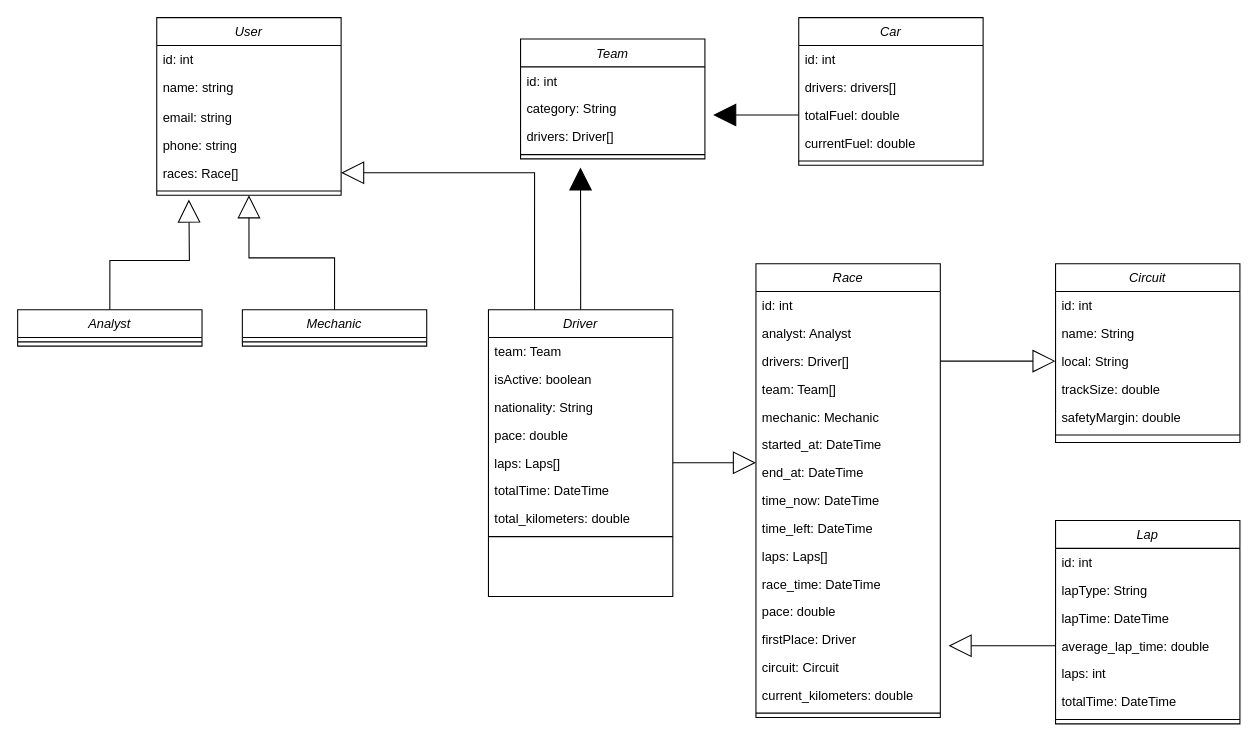
Above: Diagrama-classes-race-engineering.drawio in joeyclapton/puc (draw.io), before the change. Source tidied: cells renumbered, new cells numbered last; positions are measured from the earlier drawing's top-left corner, leaving out a move shared by most shapes. Both pictures are drawn from the tidied source at 107%, with x=0, y=0 at pixel (17, 17).
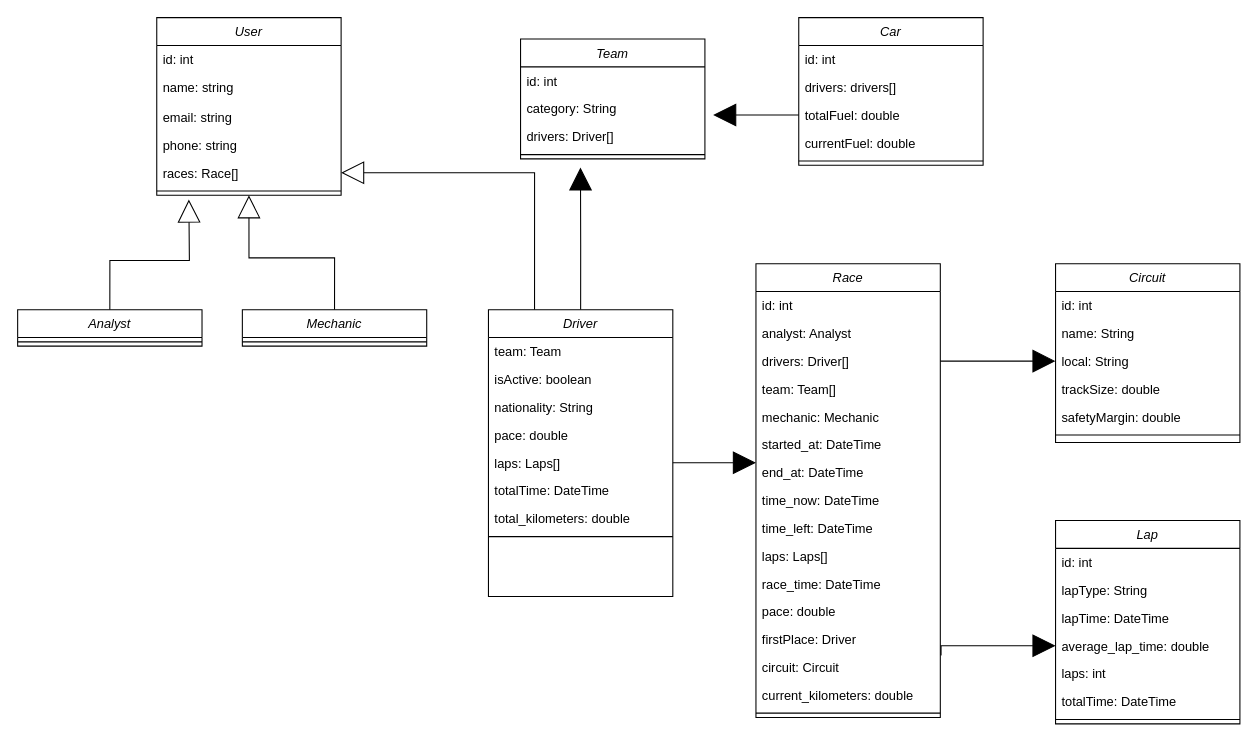
After the change.

The change refers to these unchanged cells:
```xml
<mxCell id="19" value="laps: Laps[]" style="text;align=left;verticalAlign=top;spacingLeft=4;spacingRight=4;overflow=hidden;points=[[0,0.5],[1,0.5]];portConstraint=eastwest;rounded=0;shadow=0;html=0;" parent="14" vertex="1">
  <mxGeometry y="130" width="172.3" height="26" as="geometry" />
</mxCell>
<mxCell id="26" value="drivers: Driver[]&#10;&#10;" style="text;align=left;verticalAlign=top;spacingLeft=4;spacingRight=4;overflow=hidden;points=[[0,0.5],[1,0.5]];portConstraint=eastwest;rounded=0;shadow=0;html=0;" parent="23" vertex="1">
  <mxGeometry y="78" width="172.3" height="26" as="geometry" />
</mxCell>
<mxCell id="30" value="end_at: DateTime&#10;&#10;" style="text;align=left;verticalAlign=top;spacingLeft=4;spacingRight=4;overflow=hidden;points=[[0,0.5],[1,0.5]];portConstraint=eastwest;rounded=0;shadow=0;html=0;" parent="23" vertex="1">
  <mxGeometry y="182" width="172.3" height="26" as="geometry" />
</mxCell>
<mxCell id="37" value="circuit: Circuit" style="text;align=left;verticalAlign=top;spacingLeft=4;spacingRight=4;overflow=hidden;points=[[0,0.5],[1,0.5]];portConstraint=eastwest;rounded=0;shadow=0;html=0;" parent="23" vertex="1">
  <mxGeometry y="364" width="172.3" height="26" as="geometry" />
</mxCell>
<mxCell id="55" value="local: String&#10;" style="text;align=left;verticalAlign=top;spacingLeft=4;spacingRight=4;overflow=hidden;points=[[0,0.5],[1,0.5]];portConstraint=eastwest;rounded=0;shadow=0;html=0;" parent="52" vertex="1">
  <mxGeometry y="78" width="172.3" height="26" as="geometry" />
</mxCell>
<mxCell id="62" value="Lap" style="swimlane;fontStyle=2;align=center;verticalAlign=top;horizontal=1;startSize=26;rounded=0;shadow=0;strokeWidth=1;" parent="1" vertex="1">
  <mxGeometry x="970" y="470" width="172.3" height="190" as="geometry" />
</mxCell>
<mxCell id="67" value="average_lap_time: double" style="text;align=left;verticalAlign=top;spacingLeft=4;spacingRight=4;overflow=hidden;points=[[0,0.5],[1,0.5]];portConstraint=eastwest;rounded=0;shadow=0;html=0;" parent="62" vertex="1">
  <mxGeometry y="104" width="172.3" height="26" as="geometry" />
</mxCell>
```

Change to the diagram source:
```diff
@@
-    <mxCell id="66" style="edgeStyle=orthogonalEdgeStyle;rounded=0;jettySize=auto;html=1;exitX=0;exitY=0.5;exitDx=0;exitDy=0;endArrow=block;endFill=0;endSize=19;" parent="62" edge="1" source="67">
-      <mxGeometry relative="1" as="geometry">
-        <mxPoint x="-100" y="117" as="targetPoint" />
-      </mxGeometry>
-    </mxCell>
@@
-    <mxCell id="71" style="edgeStyle=orthogonalEdgeStyle;rounded=0;jettySize=auto;html=1;exitX=1;exitY=0.5;exitDx=0;exitDy=0;entryX=0;entryY=0.154;entryDx=0;entryDy=0;entryPerimeter=0;endArrow=block;endFill=0;endSize=19;" parent="1" edge="1" source="19" target="30">
+    <mxCell id="71" style="edgeStyle=orthogonalEdgeStyle;rounded=0;jettySize=auto;html=1;exitX=1;exitY=0.5;exitDx=0;exitDy=0;entryX=0;entryY=0.154;entryDx=0;entryDy=0;entryPerimeter=0;endArrow=block;endFill=1;endSize=19;" parent="1" edge="1" source="19" target="30">
       <mxGeometry relative="1" as="geometry" />
     </mxCell>
-    <mxCell id="72" style="edgeStyle=orthogonalEdgeStyle;rounded=0;jettySize=auto;html=1;exitX=1;exitY=0.5;exitDx=0;exitDy=0;entryX=0;entryY=0.5;entryDx=0;entryDy=0;endArrow=block;endFill=0;endSize=19;" parent="1" edge="1" source="26" target="55">
+    <mxCell id="72" style="edgeStyle=orthogonalEdgeStyle;rounded=0;jettySize=auto;html=1;exitX=1;exitY=0.5;exitDx=0;exitDy=0;entryX=0;entryY=0.5;entryDx=0;entryDy=0;endArrow=block;endFill=1;endSize=19;" parent="1" edge="1" source="26" target="55">
       <mxGeometry relative="1" as="geometry" />
     </mxCell>
+    <mxCell id="73" style="edgeStyle=orthogonalEdgeStyle;rounded=0;jettySize=auto;html=1;exitX=1.004;exitY=0.077;exitDx=0;exitDy=0;entryX=0;entryY=0.5;entryDx=0;entryDy=0;endArrow=block;endFill=1;endSize=19;exitPerimeter=0;" parent="1" edge="1" source="37" target="67">
+      <mxGeometry relative="1" as="geometry">
+        <Array as="points">
+          <mxPoint x="863" y="587" />
+        </Array>
+      </mxGeometry>
+    </mxCell>
```
